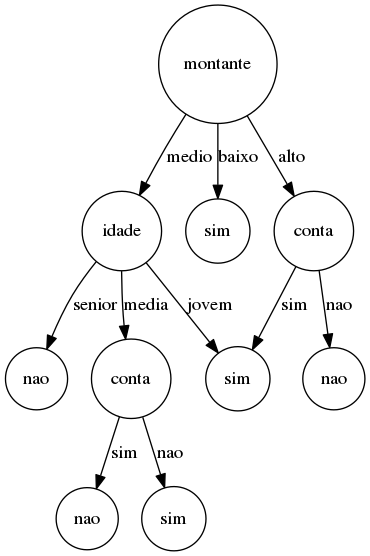
This is Digraph.gv.png from netoaraujjo/id3, a Graphviz export, as it was before one commit. Its source is kept beside it as Digraph.gv.
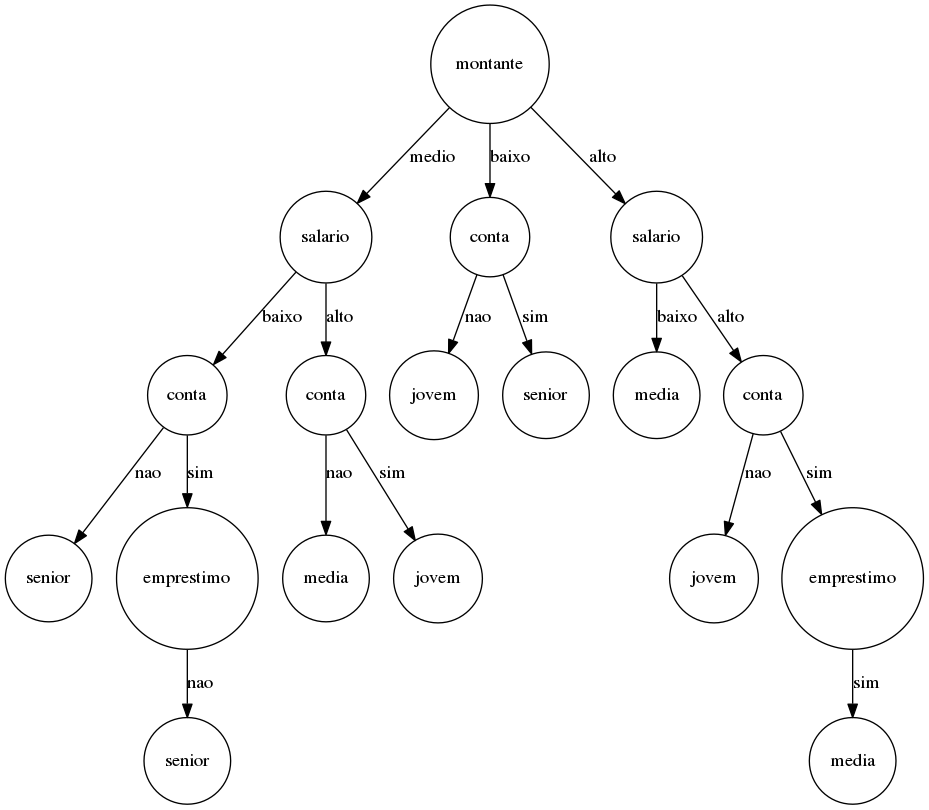
The same diagram one commit later.

What changed in the source:
```diff
@@ -1,24 +1,38 @@
 digraph {
 	node [shape=circle]
 	montante0 [label=montante]
-	idade3 [label=idade]
-	nao6 [label=nao]
-		idade3 -> nao6 [label=senior]
+	salario3 [label=salario]
+	conta6 [label=conta]
+	senior9 [label=senior]
+		conta6 -> senior9 [label=nao]
+	emprestimo10 [label=emprestimo]
+	senior13 [label=senior]
+		emprestimo10 -> senior13 [label=nao]
+		conta6 -> emprestimo10 [label=sim]
+		salario3 -> conta6 [label=baixo]
 	conta7 [label=conta]
-	nao10 [label=nao]
-		conta7 -> nao10 [label=sim]
-	sim11 [label=sim]
-		conta7 -> sim11 [label=nao]
-		idade3 -> conta7 [label=media]
-	sim8 [label=sim]
-		idade3 -> sim8 [label=jovem]
-		montante0 -> idade3 [label=medio]
-	sim4 [label=sim]
-		montante0 -> sim4 [label=baixo]
-	conta5 [label=conta]
-	sim8 [label=sim]
-		conta5 -> sim8 [label=sim]
-	nao9 [label=nao]
-		conta5 -> nao9 [label=nao]
-		montante0 -> conta5 [label=alto]
+	media10 [label=media]
+		conta7 -> media10 [label=nao]
+	jovem11 [label=jovem]
+		conta7 -> jovem11 [label=sim]
+		salario3 -> conta7 [label=alto]
+		montante0 -> salario3 [label=medio]
+	conta4 [label=conta]
+	jovem7 [label=jovem]
+		conta4 -> jovem7 [label=nao]
+	senior8 [label=senior]
+		conta4 -> senior8 [label=sim]
+		montante0 -> conta4 [label=baixo]
+	salario5 [label=salario]
+	media8 [label=media]
+		salario5 -> media8 [label=baixo]
+	conta9 [label=conta]
+	jovem12 [label=jovem]
+		conta9 -> jovem12 [label=nao]
+	emprestimo13 [label=emprestimo]
+	media16 [label=media]
+		emprestimo13 -> media16 [label=sim]
+		conta9 -> emprestimo13 [label=sim]
+		salario5 -> conta9 [label=alto]
+		montante0 -> salario5 [label=alto]
 }
```
